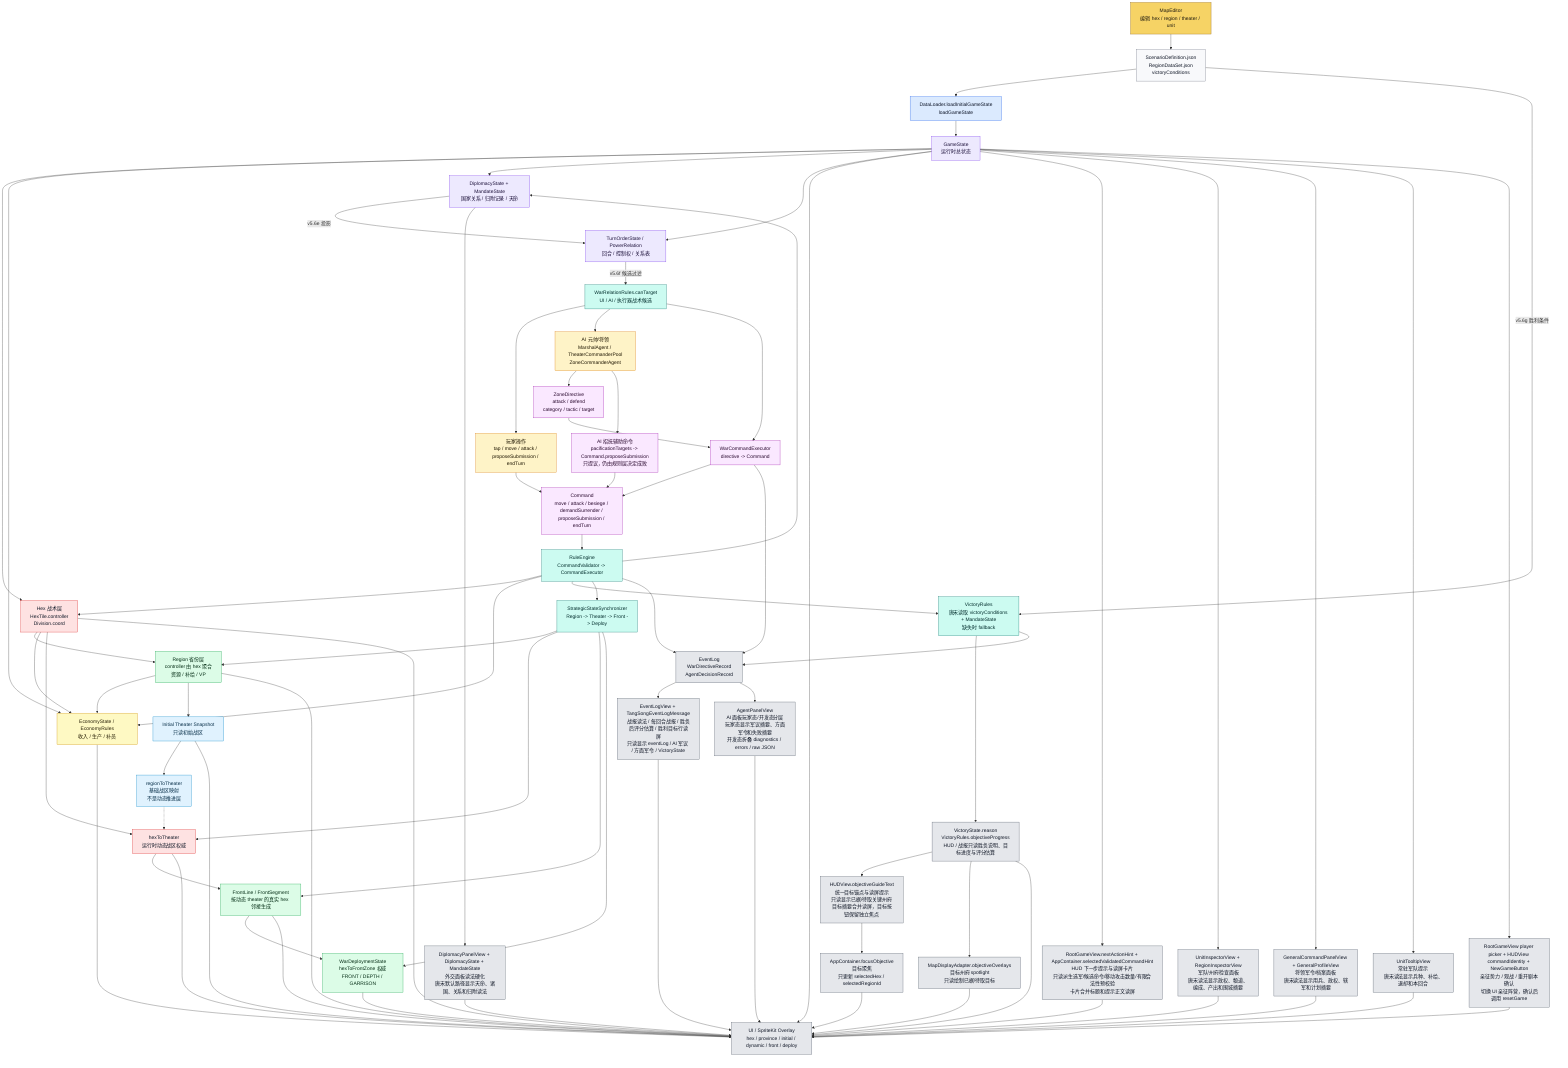
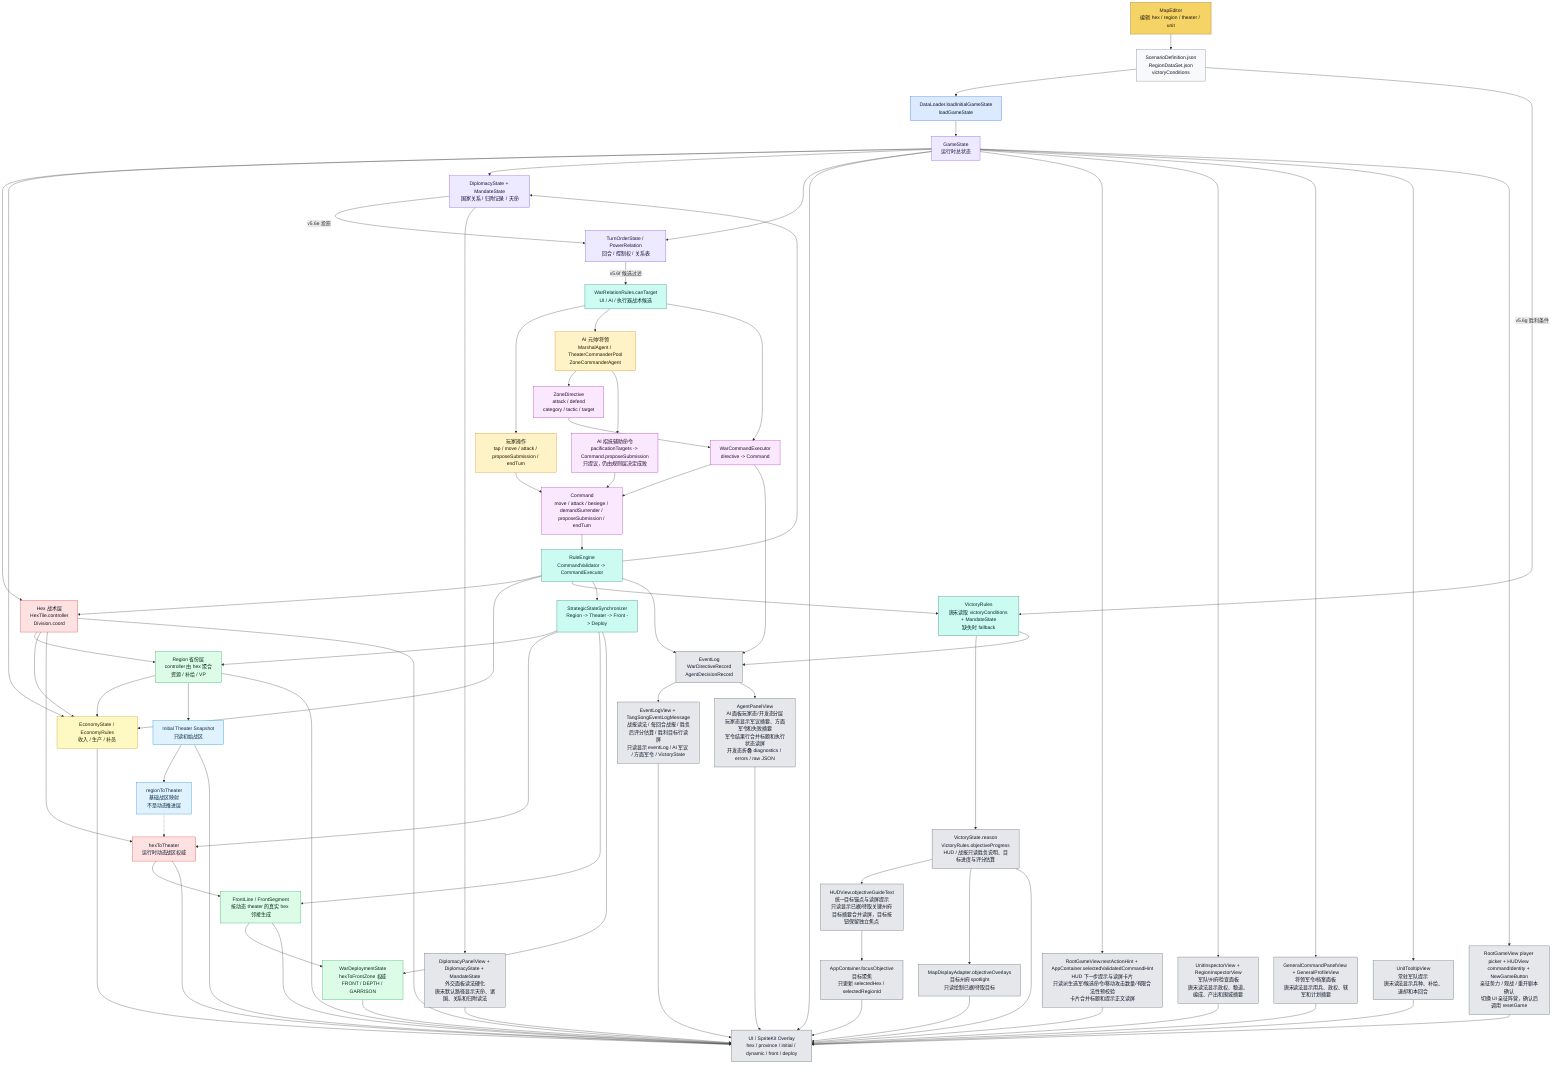
flowchart TD
    ME["MapEditor<br/>编辑 hex / region / theater / unit"]:::editor
    JSON["ScenarioDefinition.json<br/>RegionDataSet.json<br/>victoryConditions"]:::data
    DL["DataLoader.loadInitialGameState<br/>loadGameState"]:::loader
    GS["GameState<br/>运行时总状态"]:::state

    HEX["Hex 战术层<br/>HexTile.controller<br/>Division.coord"]:::authority
    REGION["Region 省份层<br/>controller 由 hex 聚合<br/>资源 / 补给 / VP"]:::derived
    INIT["Initial Theater Snapshot<br/>只读初始战区"]:::snapshot
    R2T["regionToTheater<br/>基础战区映射<br/>不是动态推进层"]:::snapshot
    H2T["hexToTheater<br/>运行时动态战区权威"]:::authority
    FRONT["FrontLine / FrontSegment<br/>按动态 theater 的真实 hex 邻接生成"]:::derived
    DEPLOY["WarDeploymentState<br/>hexToFrontZone 权威<br/>FRONT / DEPTH / GARRISON"]:::derived
    ECO["EconomyState / EconomyRules<br/>收入 / 生产 / 补员"]:::economy
    DIP["DiplomacyState + MandateState<br/>国家关系 / 归附记录 / 天命"]:::state
    TURN["TurnOrderState / PowerRelation<br/>回合 / 控制权 / 关系表"]:::state
    RELCAND["WarRelationRules.canTarget<br/>UI / AI / 执行器战术候选"]:::rules
    VICT["VictoryRules<br/>唐宋读取 victoryConditions + MandateState<br/>缺失时 fallback"]:::rules
    VICTEXT["VictoryState.reason<br/>VictoryRules.objectiveProgress<br/>HUD / 战报只读胜负说明、目标进度与评分估算"]:::ui
    GOAL["HUDView.objectiveGuideText<br/>统一目标锚点与读屏提示<br/>只读显示已据/待取关键州府<br/>目标摘要合并读屏，目标按钮保留独立焦点"]:::ui
    FOCUS["AppContainer.focusObjective<br/>目标聚焦<br/>只更新 selectedHex / selectedRegionId"]:::ui
    SPOTLIGHT["MapDisplayAdapter.objectiveOverlays<br/>目标州府 spotlight<br/>只读绘制已据/待取目标"]:::ui
    TURNREPORT["EventLogView + TangSongEventLogMessage<br/>战报读法 / 每回合战报 / 胜负后评分估算 / 胜利目标行读屏<br/>只读显示 eventLog / AI 军议 / 方面军令 / VictoryState"]:::ui
    SESSIONHUD["RootGameView player picker + HUDView commandIdentity + NewGameButton<br/>亲征势力 / 观战 / 重开剧本确认<br/>切换 UI 亲征阵营，确认后调用 resetGame"]:::ui
    HINT["RootGameView.nextActionHint + AppContainer.selectedValidatedCommandHint<br/>HUD 下一步提示与读屏卡片<br/>只读派生选军/候选命令/移动攻击数量/有限合法性预校验<br/>卡片合并标题和提示正文读屏"]:::ui
    INSPECT["UnitInspectorView + RegionInspectorView<br/>军队/州府检查面板<br/>唐宋读法显示政权、粮道、编成、产出和围城摘要"]:::ui
    GENPANELS["GeneralCommandPanelView + GeneralProfileView<br/>将领军令/档案面板<br/>唐宋读法显示用兵、政权、辖军和计划摘要"]:::ui
    TOOLTIP["UnitTooltipView<br/>常驻军队提示<br/>唐宋读法显示兵种、补给、退却和本回合"]:::ui
-     AIPANEL["AgentPanelView<br/>AI 面板玩家态/开发态分层<br/>玩家态显示军议摘要、方面军令和失败摘要<br/>开发态折叠 diagnostics / errors / raw JSON"]:::ui
+     AIPANEL["AgentPanelView<br/>AI 面板玩家态/开发态分层<br/>玩家态显示军议摘要、方面军令和失败摘要<br/>军令结果行合并标题和执行状态读屏<br/>开发态折叠 diagnostics / errors / raw JSON"]:::ui
    DIPPANEL["DiplomacyPanelView + DiplomacyState + MandateState<br/>外交面板读法硬化<br/>唐宋默认路径显示天命、诸国、关系和归附读法"]:::ui

    PLAYER["玩家操作<br/>tap / move / attack / proposeSubmission / endTurn"]:::input
    AI["AI 元帅/将领<br/>MarshalAgent / TheaterCommanderPool<br/>ZoneCommanderAgent"]:::input
    AIPAC["AI 招抚辅助命令<br/>pacificationTargets -> Command.proposeSubmission<br/>只提议，仍由规则层决定成败"]:::command
    ZD["ZoneDirective<br/>attack / defend<br/>category / tactic / target"]:::command
    WCE["WarCommandExecutor<br/>directive -> Command"]:::command
    CMD["Command<br/>move / attack / besiege / demandSurrender / proposeSubmission / endTurn"]:::command
    RE["RuleEngine<br/>CommandValidator -> CommandExecutor"]:::rules
    SYNC["StrategicStateSynchronizer<br/>Region -> Theater -> Front -> Deploy"]:::rules

    UI["UI / SpriteKit Overlay<br/>hex / province / initial / dynamic / front / deploy"]:::ui
    LOG["EventLog<br/>WarDirectiveRecord<br/>AgentDecisionRecord"]:::ui

    ME --> JSON --> DL --> GS
    GS --> HEX
    HEX --> REGION
    HEX --> ECO
    REGION --> ECO
    REGION --> INIT
    INIT --> R2T
    R2T -.-> H2T
    HEX --> H2T
    H2T --> FRONT --> DEPLOY
    GS --> ECO
    GS --> DIP
    GS --> TURN
    DIP -->|v5.6e 投影| TURN
    TURN -->|v5.6f 候选过滤| RELCAND
    JSON -->|v5.6g 胜利条件| VICT

    PLAYER --> CMD
    RELCAND --> PLAYER
    RELCAND --> AI
    RELCAND --> WCE
    AI --> ZD --> WCE --> CMD
    AI --> AIPAC --> CMD
    CMD --> RE --> HEX
    RE --> ECO
    RE --> DIP
    RE --> VICT
    RE --> SYNC
    SYNC --> REGION
    SYNC --> H2T
    SYNC --> FRONT
    SYNC --> DEPLOY

    GS --> UI
    GS --> HINT --> UI
    GS --> INSPECT --> UI
    GS --> GENPANELS --> UI
    GS --> TOOLTIP --> UI
    GS --> SESSIONHUD --> UI
    VICTEXT --> GOAL --> FOCUS --> UI
    VICTEXT --> SPOTLIGHT --> UI
    HEX --> UI
    REGION --> UI
    INIT --> UI
    H2T --> UI
    FRONT --> UI
    DEPLOY --> UI
    ECO --> UI
    DIP --> DIPPANEL --> UI
    VICT --> VICTEXT --> UI
    RE --> LOG
    VICT --> LOG
    WCE --> LOG
    LOG --> TURNREPORT --> UI
    LOG --> AIPANEL --> UI

    classDef editor fill:#f6d365,stroke:#8a5a00,color:#1f1b10
    classDef data fill:#f8f9fb,stroke:#6b7280,color:#111827
    classDef loader fill:#dbeafe,stroke:#2563eb,color:#0f172a
    classDef state fill:#ede9fe,stroke:#7c3aed,color:#1f143d
    classDef authority fill:#fee2e2,stroke:#dc2626,color:#111827
    classDef derived fill:#dcfce7,stroke:#16a34a,color:#052e16
    classDef snapshot fill:#e0f2fe,stroke:#0284c7,color:#082f49
    classDef input fill:#fef3c7,stroke:#d97706,color:#1f1600
    classDef economy fill:#fef9c3,stroke:#ca8a04,color:#292107
    classDef command fill:#fae8ff,stroke:#a21caf,color:#2a0a2f
    classDef rules fill:#ccfbf1,stroke:#0f766e,color:#042f2e
    classDef ui fill:#e5e7eb,stroke:#4b5563,color:#111827
